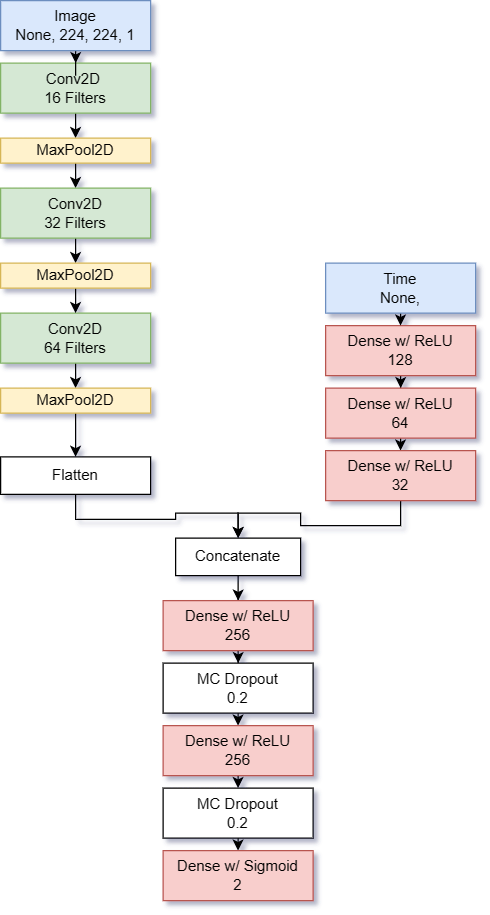
Before: md_images/topology.png, a diagram exported from draw.io (AlexSpradling/Deep-Learning-Celestial-Navigation). Source tidied: cells renumbered, new cells last; positions are measured from the earlier drawing's top-left corner, leaving out a move shared by most shapes. Its diagram source:
```xml
<mxGraphModel shadow="1">
  <root>
    <mxCell id="0" />
    <mxCell id="1" parent="0" />
    <mxCell id="2" style="edgeStyle=orthogonalEdgeStyle;rounded=0;jettySize=auto;html=1;exitX=0.5;exitY=1;exitDx=0;exitDy=0;entryX=0.5;entryY=0;entryDx=0;entryDy=0;" parent="1" edge="1" source="3" target="5">
      <mxGeometry relative="1" as="geometry" />
    </mxCell>
    <mxCell id="3" value="Conv2D&amp;nbsp;&lt;br&gt;16 Filters" style="rounded=0;whiteSpace=wrap;html=1;fillColor=#d5e8d4;strokeColor=#82b366;" parent="1" vertex="1">
      <mxGeometry y="50" width="120" height="40" as="geometry" />
    </mxCell>
    <mxCell id="4" style="edgeStyle=orthogonalEdgeStyle;rounded=0;jettySize=auto;html=1;exitX=0.5;exitY=1;exitDx=0;exitDy=0;entryX=0.5;entryY=0;entryDx=0;entryDy=0;" parent="1" edge="1" source="5" target="19">
      <mxGeometry relative="1" as="geometry" />
    </mxCell>
    <mxCell id="5" value="MaxPool2D" style="rounded=0;whiteSpace=wrap;html=1;fillColor=#fff2cc;strokeColor=#d6b656;" parent="1" vertex="1">
      <mxGeometry y="110" width="120" height="20" as="geometry" />
    </mxCell>
    <mxCell id="6" style="edgeStyle=orthogonalEdgeStyle;rounded=0;jettySize=auto;html=1;exitX=0.5;exitY=1;exitDx=0;exitDy=0;" parent="1" edge="1" source="7" target="11">
      <mxGeometry relative="1" as="geometry" />
    </mxCell>
    <mxCell id="7" value="Dense w/ ReLU&lt;br&gt;128" style="rounded=0;whiteSpace=wrap;html=1;fillColor=#f8cecc;strokeColor=#b85450;" parent="1" vertex="1">
      <mxGeometry x="260" y="260" width="120" height="40" as="geometry" />
    </mxCell>
    <mxCell id="8" style="edgeStyle=orthogonalEdgeStyle;rounded=0;jettySize=auto;html=1;exitX=0.5;exitY=1;exitDx=0;exitDy=0;entryX=0.5;entryY=0;entryDx=0;entryDy=0;" parent="1" edge="1" source="9" target="36">
      <mxGeometry relative="1" as="geometry" />
    </mxCell>
    <mxCell id="9" value="Conv2D&lt;br&gt;64 Filters" style="rounded=0;whiteSpace=wrap;html=1;fillColor=#d5e8d4;strokeColor=#82b366;" parent="1" vertex="1">
      <mxGeometry y="250" width="120" height="40" as="geometry" />
    </mxCell>
    <mxCell id="10" style="edgeStyle=orthogonalEdgeStyle;rounded=0;jettySize=auto;html=1;exitX=0.5;exitY=1;exitDx=0;exitDy=0;entryX=0.5;entryY=0;entryDx=0;entryDy=0;" parent="1" edge="1" source="11" target="17">
      <mxGeometry relative="1" as="geometry" />
    </mxCell>
    <mxCell id="11" value="Dense w/ ReLU&lt;br&gt;64" style="rounded=0;whiteSpace=wrap;html=1;fillColor=#f8cecc;strokeColor=#b85450;" parent="1" vertex="1">
      <mxGeometry x="260" y="310" width="120" height="40" as="geometry" />
    </mxCell>
    <mxCell id="12" style="edgeStyle=orthogonalEdgeStyle;rounded=0;jettySize=auto;html=1;exitX=0.5;exitY=1;exitDx=0;exitDy=0;" parent="1" edge="1" source="13" target="3">
      <mxGeometry relative="1" as="geometry" />
    </mxCell>
    <mxCell id="13" value="Image&lt;br&gt;None, 224, 224, 1" style="rounded=0;whiteSpace=wrap;html=1;fillColor=#dae8fc;strokeColor=#6c8ebf;" parent="1" vertex="1">
      <mxGeometry width="120" height="40" as="geometry" />
    </mxCell>
    <mxCell id="14" style="edgeStyle=orthogonalEdgeStyle;rounded=0;jettySize=auto;html=1;exitX=0.5;exitY=1;exitDx=0;exitDy=0;entryX=0.5;entryY=0;entryDx=0;entryDy=0;" parent="1" edge="1" source="15" target="7">
      <mxGeometry relative="1" as="geometry" />
    </mxCell>
    <mxCell id="15" value="Time&lt;br&gt;None," style="rounded=0;whiteSpace=wrap;html=1;fillColor=#dae8fc;strokeColor=#6c8ebf;" parent="1" vertex="1">
      <mxGeometry x="260" y="210" width="120" height="40" as="geometry" />
    </mxCell>
    <mxCell id="16" style="edgeStyle=orthogonalEdgeStyle;rounded=0;jettySize=auto;html=1;exitX=0.5;exitY=1;exitDx=0;exitDy=0;" parent="1" edge="1" source="17" target="21">
      <mxGeometry relative="1" as="geometry" />
    </mxCell>
    <mxCell id="17" value="Dense w/ ReLU&lt;br&gt;32" style="rounded=0;whiteSpace=wrap;html=1;fillColor=#f8cecc;strokeColor=#b85450;" parent="1" vertex="1">
      <mxGeometry x="260" y="360" width="120" height="40" as="geometry" />
    </mxCell>
    <mxCell id="18" style="edgeStyle=orthogonalEdgeStyle;rounded=0;jettySize=auto;html=1;exitX=0.5;exitY=1;exitDx=0;exitDy=0;entryX=0.5;entryY=0;entryDx=0;entryDy=0;" parent="1" edge="1" source="19" target="34">
      <mxGeometry relative="1" as="geometry" />
    </mxCell>
    <mxCell id="19" value="Conv2D&lt;br&gt;32 Filters" style="rounded=0;whiteSpace=wrap;html=1;fillColor=#d5e8d4;strokeColor=#82b366;" parent="1" vertex="1">
      <mxGeometry y="150" width="120" height="40" as="geometry" />
    </mxCell>
    <mxCell id="20" style="edgeStyle=orthogonalEdgeStyle;rounded=0;jettySize=auto;html=1;exitX=0.5;exitY=1;exitDx=0;exitDy=0;" parent="1" edge="1" source="21" target="23">
      <mxGeometry relative="1" as="geometry" />
    </mxCell>
    <mxCell id="21" value="Concatenate" style="rounded=0;whiteSpace=wrap;html=1;" parent="1" vertex="1">
      <mxGeometry x="140" y="430" width="100" height="30" as="geometry" />
    </mxCell>
    <mxCell id="22" style="edgeStyle=orthogonalEdgeStyle;rounded=0;jettySize=auto;html=1;exitX=0.5;exitY=1;exitDx=0;exitDy=0;" parent="1" edge="1" source="23" target="25">
      <mxGeometry relative="1" as="geometry" />
    </mxCell>
    <mxCell id="23" value="Dense w/ ReLU&lt;br&gt;256" style="rounded=0;whiteSpace=wrap;html=1;fillColor=#f8cecc;strokeColor=#b85450;" parent="1" vertex="1">
      <mxGeometry x="130" y="480" width="120" height="40" as="geometry" />
    </mxCell>
    <mxCell id="24" style="edgeStyle=orthogonalEdgeStyle;rounded=0;jettySize=auto;html=1;exitX=0.5;exitY=1;exitDx=0;exitDy=0;entryX=0.5;entryY=0;entryDx=0;entryDy=0;" parent="1" edge="1" source="25" target="27">
      <mxGeometry relative="1" as="geometry" />
    </mxCell>
    <mxCell id="25" value="MC Dropout&lt;br&gt;0.2&lt;br&gt;" style="rounded=0;whiteSpace=wrap;html=1;" parent="1" vertex="1">
      <mxGeometry x="130" y="530" width="120" height="40" as="geometry" />
    </mxCell>
    <mxCell id="26" style="edgeStyle=orthogonalEdgeStyle;rounded=0;jettySize=auto;html=1;exitX=0.5;exitY=1;exitDx=0;exitDy=0;entryX=0.5;entryY=0;entryDx=0;entryDy=0;" parent="1" edge="1" source="27" target="29">
      <mxGeometry relative="1" as="geometry" />
    </mxCell>
    <mxCell id="27" value="Dense w/ ReLU&lt;br&gt;256" style="rounded=0;whiteSpace=wrap;html=1;fillColor=#f8cecc;strokeColor=#b85450;" parent="1" vertex="1">
      <mxGeometry x="130" y="580" width="120" height="40" as="geometry" />
    </mxCell>
    <mxCell id="28" style="edgeStyle=orthogonalEdgeStyle;rounded=0;jettySize=auto;html=1;exitX=0.5;exitY=1;exitDx=0;exitDy=0;entryX=0.5;entryY=0;entryDx=0;entryDy=0;" parent="1" edge="1" source="29" target="30">
      <mxGeometry relative="1" as="geometry" />
    </mxCell>
    <mxCell id="29" value="MC Dropout&lt;br&gt;0.2" style="rounded=0;whiteSpace=wrap;html=1;" parent="1" vertex="1">
      <mxGeometry x="130" y="630" width="120" height="40" as="geometry" />
    </mxCell>
    <mxCell id="30" value="Dense w/ Sigmoid&lt;br&gt;2" style="rounded=0;whiteSpace=wrap;html=1;fillColor=#f8cecc;strokeColor=#b85450;" parent="1" vertex="1">
      <mxGeometry x="130" y="680" width="120" height="40" as="geometry" />
    </mxCell>
    <mxCell id="31" style="edgeStyle=orthogonalEdgeStyle;rounded=0;jettySize=auto;html=1;exitX=0.5;exitY=1;exitDx=0;exitDy=0;entryX=0.5;entryY=0;entryDx=0;entryDy=0;" parent="1" edge="1" source="32" target="21">
      <mxGeometry relative="1" as="geometry" />
    </mxCell>
    <mxCell id="32" value="Flatten" style="rounded=0;whiteSpace=wrap;html=1;" parent="1" vertex="1">
      <mxGeometry y="365" width="120" height="30" as="geometry" />
    </mxCell>
    <mxCell id="33" style="edgeStyle=orthogonalEdgeStyle;rounded=0;jettySize=auto;html=1;exitX=0.5;exitY=1;exitDx=0;exitDy=0;entryX=0.5;entryY=0;entryDx=0;entryDy=0;" parent="1" edge="1" source="34" target="9">
      <mxGeometry relative="1" as="geometry" />
    </mxCell>
    <mxCell id="34" value="MaxPool2D" style="rounded=0;whiteSpace=wrap;html=1;fillColor=#fff2cc;strokeColor=#d6b656;" parent="1" vertex="1">
      <mxGeometry y="210" width="120" height="20" as="geometry" />
    </mxCell>
    <mxCell id="35" style="edgeStyle=orthogonalEdgeStyle;rounded=0;jettySize=auto;html=1;exitX=0.5;exitY=1;exitDx=0;exitDy=0;entryX=0.5;entryY=0;entryDx=0;entryDy=0;" parent="1" edge="1" source="36" target="32">
      <mxGeometry relative="1" as="geometry" />
    </mxCell>
    <mxCell id="36" value="MaxPool2D" style="rounded=0;whiteSpace=wrap;html=1;fillColor=#fff2cc;strokeColor=#d6b656;" parent="1" vertex="1">
      <mxGeometry y="310" width="120" height="20" as="geometry" />
    </mxCell>
  </root>
</mxGraphModel>
```
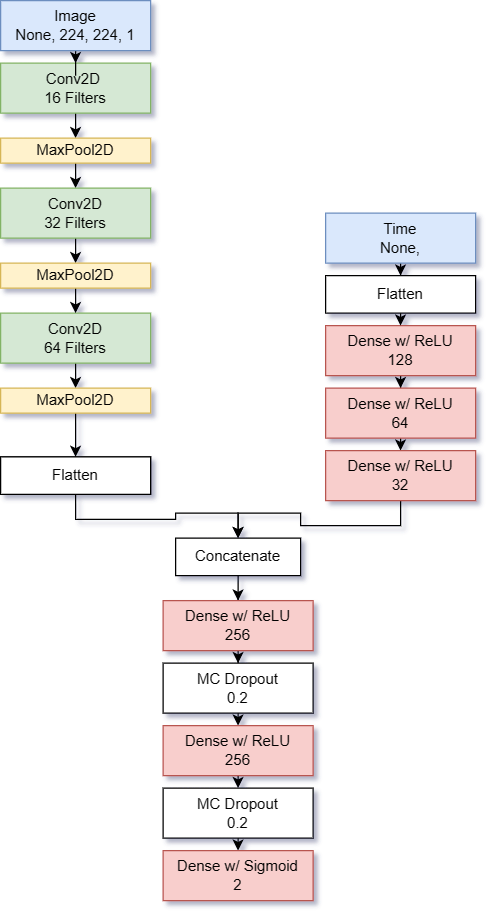
The same file after the commit.

Diff of the diagram source:
```diff
@@ -38,11 +38,11 @@
     <mxCell id="13" value="Image&lt;br&gt;None, 224, 224, 1" style="rounded=0;whiteSpace=wrap;html=1;fillColor=#dae8fc;strokeColor=#6c8ebf;" parent="1" vertex="1">
       <mxGeometry width="120" height="40" as="geometry" />
     </mxCell>
-    <mxCell id="14" style="edgeStyle=orthogonalEdgeStyle;rounded=0;jettySize=auto;html=1;exitX=0.5;exitY=1;exitDx=0;exitDy=0;entryX=0.5;entryY=0;entryDx=0;entryDy=0;" parent="1" edge="1" source="15" target="7">
-      <mxGeometry relative="1" as="geometry" />
-    </mxCell>
+    <mxCell id="37" style="edgeStyle=orthogonalEdgeStyle;rounded=0;jettySize=auto;html=1;exitX=0.5;exitY=1;exitDx=0;exitDy=0;" parent="1" edge="1" source="15" target="40">
+      <mxGeometry relative="1" as="geometry" />
+    </mxCell>
     <mxCell id="15" value="Time&lt;br&gt;None," style="rounded=0;whiteSpace=wrap;html=1;fillColor=#dae8fc;strokeColor=#6c8ebf;" parent="1" vertex="1">
-      <mxGeometry x="260" y="210" width="120" height="40" as="geometry" />
+      <mxGeometry x="260" y="170" width="120" height="40" as="geometry" />
     </mxCell>
     <mxCell id="16" style="edgeStyle=orthogonalEdgeStyle;rounded=0;jettySize=auto;html=1;exitX=0.5;exitY=1;exitDx=0;exitDy=0;" parent="1" edge="1" source="17" target="21">
       <mxGeometry relative="1" as="geometry" />
@@ -107,5 +107,14 @@
     <mxCell id="36" value="MaxPool2D" style="rounded=0;whiteSpace=wrap;html=1;fillColor=#fff2cc;strokeColor=#d6b656;" parent="1" vertex="1">
       <mxGeometry y="310" width="120" height="20" as="geometry" />
     </mxCell>
+    <mxCell id="38" value="Flatten" style="rounded=0;whiteSpace=wrap;html=1;" parent="1" vertex="1">
+      <mxGeometry y="365" width="120" height="30" as="geometry" />
+    </mxCell>
+    <mxCell id="39" style="edgeStyle=orthogonalEdgeStyle;rounded=0;jettySize=auto;html=1;exitX=0.5;exitY=1;exitDx=0;exitDy=0;entryX=0.5;entryY=0;entryDx=0;entryDy=0;" parent="1" edge="1" source="40" target="7">
+      <mxGeometry relative="1" as="geometry" />
+    </mxCell>
+    <mxCell id="40" value="Flatten" style="rounded=0;whiteSpace=wrap;html=1;" parent="1" vertex="1">
+      <mxGeometry x="260" y="220" width="120" height="30" as="geometry" />
+    </mxCell>
   </root>
 </mxGraphModel>
```
